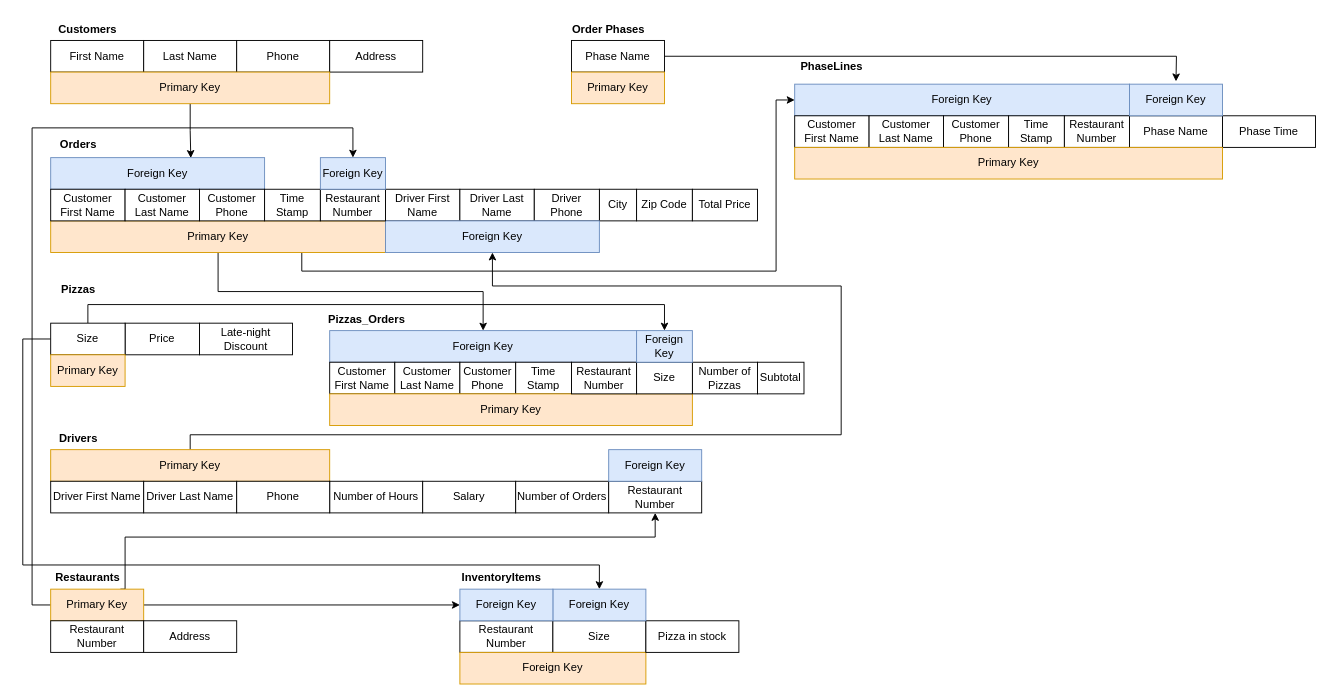
This is page "First Relation Scheme" (3 of 4) of Project01.drawio from thanhnguyen210299/CSULB-CECS-323, a draw.io file, before an edit. Source tidied: cells renumbered, new cells numbered last; positions are measured from the earlier drawing's top-left corner, leaving out a move shared by most shapes. Both pictures are drawn from the tidied source at 93%, with x=0, y=0 at pixel (22, 16).
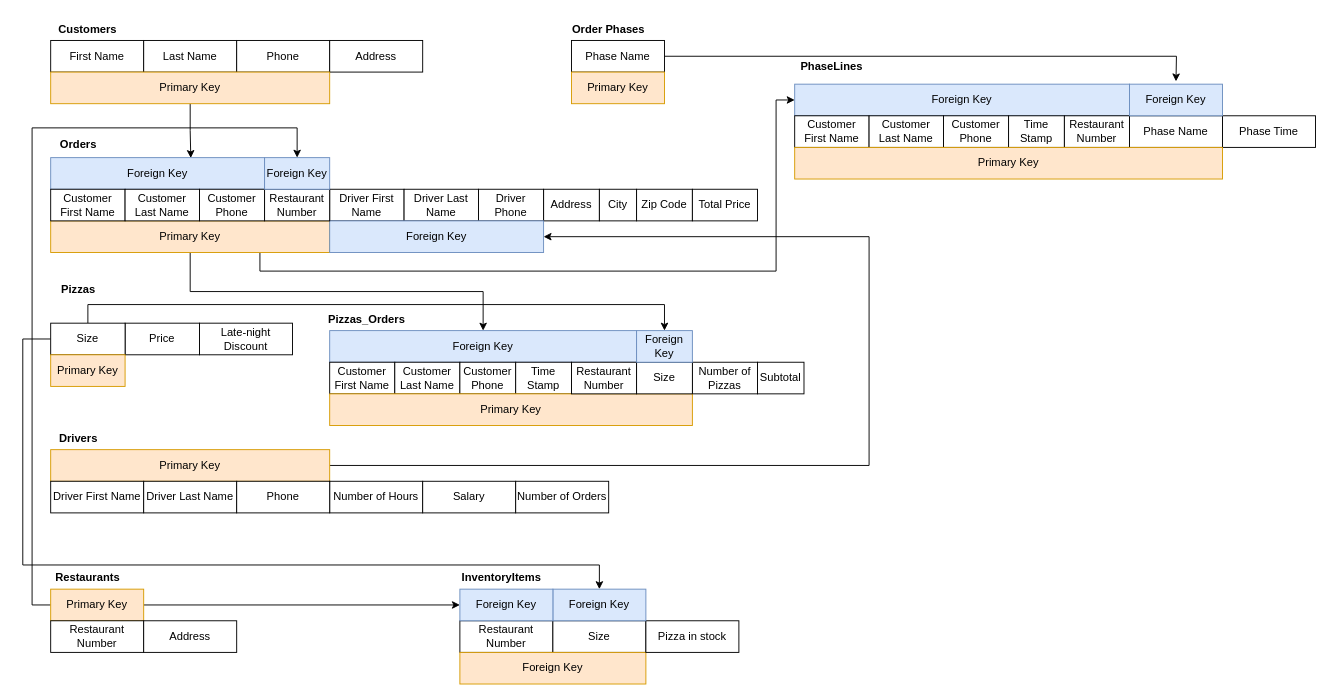
The same page after the edit.

The change refers to these unchanged cells:
```xml
<mxCell id="22" value="Primary Key" style="rounded=0;whiteSpace=wrap;html=1;fillColor=#ffe6cc;strokeColor=#d79b00;" parent="1" vertex="1">
  <mxGeometry x="30" y="466" width="300" height="34" as="geometry" />
</mxCell>
<mxCell id="37" value="Primary Key" style="rounded=0;whiteSpace=wrap;html=1;fillColor=#ffe6cc;strokeColor=#d79b00;" parent="1" vertex="1">
  <mxGeometry x="30" y="616" width="100" height="34" as="geometry" />
</mxCell>
<mxCell id="78" value="Foreign Key" style="rounded=0;whiteSpace=wrap;html=1;fillColor=#dae8fc;strokeColor=#6c8ebf;" parent="1" vertex="1">
  <mxGeometry x="830" y="73" width="360" height="34" as="geometry" />
</mxCell>
```

Change to the diagram source:
```diff
@@
     <mxCell id="8" style="edgeStyle=orthogonalEdgeStyle;rounded=0;jettySize=auto;html=1;exitX=0.75;exitY=1;exitDx=0;exitDy=0;entryX=0;entryY=0.5;entryDx=0;entryDy=0;" parent="1" edge="1" source="9" target="78">
       <mxGeometry relative="1" as="geometry">
         <Array as="points">
-          <mxPoint x="300" y="274" />
+          <mxPoint x="255" y="274" />
           <mxPoint x="810" y="274" />
           <mxPoint x="810" y="90" />
         </Array>
       </mxGeometry>
     </mxCell>
     <mxCell id="9" value="Primary Key" style="rounded=0;whiteSpace=wrap;html=1;fillColor=#ffe6cc;strokeColor=#d79b00;" parent="1" vertex="1">
-      <mxGeometry x="30" y="220" width="360" height="34" as="geometry" />
+      <mxGeometry x="30" y="220" width="300" height="34" as="geometry" />
     </mxCell>
@@
-    <mxCell id="17" value="Time Stamp" style="rounded=0;whiteSpace=wrap;html=1;" parent="1" vertex="1">
-      <mxGeometry x="260" y="186" width="60" height="34" as="geometry" />
+    <mxCell id="17" value="Address" style="rounded=0;whiteSpace=wrap;html=1;" parent="1" vertex="1">
+      <mxGeometry x="560" y="186" width="60" height="34" as="geometry" />
     </mxCell>
@@
-    <mxCell id="21" style="edgeStyle=orthogonalEdgeStyle;rounded=0;jettySize=auto;html=1;exitX=0.5;exitY=0;exitDx=0;exitDy=0;entryX=0.5;entryY=1;entryDx=0;entryDy=0;" parent="1" edge="1" source="22" target="32">
+    <mxCell id="21" style="edgeStyle=orthogonalEdgeStyle;rounded=0;jettySize=auto;html=1;exitX=1;exitY=0.5;exitDx=0;exitDy=0;entryX=1;entryY=0.5;entryDx=0;entryDy=0;" parent="1" edge="1" source="22" target="32">
       <mxGeometry relative="1" as="geometry">
         <Array as="points">
-          <mxPoint x="180" y="450" />
-          <mxPoint x="880" y="450" />
-          <mxPoint x="880" y="290" />
-          <mxPoint x="505" y="290" />
+          <mxPoint x="910" y="483" />
+          <mxPoint x="910" y="237" />
         </Array>
       </mxGeometry>
     </mxCell>
@@
     <mxCell id="29" value="Driver First Name" style="rounded=0;whiteSpace=wrap;html=1;" parent="1" vertex="1">
-      <mxGeometry x="390" y="186" width="80" height="34" as="geometry" />
+      <mxGeometry x="330" y="186" width="80" height="34" as="geometry" />
     </mxCell>
     <mxCell id="30" value="Driver Last Name" style="rounded=0;whiteSpace=wrap;html=1;" parent="1" vertex="1">
-      <mxGeometry x="470" y="186" width="80" height="34" as="geometry" />
+      <mxGeometry x="410" y="186" width="80" height="34" as="geometry" />
     </mxCell>
     <mxCell id="31" value="Driver Phone" style="rounded=0;whiteSpace=wrap;html=1;" parent="1" vertex="1">
-      <mxGeometry x="550" y="186" width="70" height="34" as="geometry" />
+      <mxGeometry x="490" y="186" width="70" height="34" as="geometry" />
     </mxCell>
     <mxCell id="32" value="Foreign Key" style="rounded=0;whiteSpace=wrap;html=1;fillColor=#dae8fc;strokeColor=#6c8ebf;" parent="1" vertex="1">
-      <mxGeometry x="390" y="220" width="230" height="34" as="geometry" />
+      <mxGeometry x="330" y="220" width="230" height="34" as="geometry" />
     </mxCell>
     <mxCell id="33" value="Restaurant Number" style="rounded=0;whiteSpace=wrap;html=1;" parent="1" vertex="1">
-      <mxGeometry x="320" y="186" width="70" height="34" as="geometry" />
+      <mxGeometry x="260" y="186" width="70" height="34" as="geometry" />
     </mxCell>
     <mxCell id="34" style="edgeStyle=orthogonalEdgeStyle;rounded=0;jettySize=auto;html=1;exitX=0;exitY=0.5;exitDx=0;exitDy=0;entryX=0.5;entryY=0;entryDx=0;entryDy=0;" parent="1" edge="1" source="37" target="41">
       <mxGeometry relative="1" as="geometry">
         <Array as="points">
           <mxPoint x="10" y="633" />
           <mxPoint x="10" y="120" />
-          <mxPoint x="355" y="120" />
+          <mxPoint x="295" y="120" />
         </Array>
       </mxGeometry>
     </mxCell>
@@
-    <mxCell id="36" style="edgeStyle=orthogonalEdgeStyle;rounded=0;jettySize=auto;html=1;exitX=0.75;exitY=0;exitDx=0;exitDy=0;entryX=0.5;entryY=1;entryDx=0;entryDy=0;" parent="1" edge="1" source="37" target="67">
-      <mxGeometry relative="1" as="geometry">
-        <Array as="points">
-          <mxPoint x="110" y="616" />
-          <mxPoint x="110" y="560" />
-          <mxPoint x="680" y="560" />
-        </Array>
-      </mxGeometry>
-    </mxCell>
@@
     <mxCell id="41" value="Foreign Key" style="rounded=0;whiteSpace=wrap;html=1;fillColor=#dae8fc;strokeColor=#6c8ebf;" parent="1" vertex="1">
-      <mxGeometry x="320" y="152" width="70" height="34" as="geometry" />
+      <mxGeometry x="260" y="152" width="70" height="34" as="geometry" />
     </mxCell>
@@
-    <mxCell id="67" value="Restaurant Number" style="rounded=0;whiteSpace=wrap;html=1;" parent="1" vertex="1">
-      <mxGeometry x="630" y="500" width="100" height="34" as="geometry" />
-    </mxCell>
-    <mxCell id="68" value="Foreign Key" style="rounded=0;whiteSpace=wrap;html=1;fillColor=#dae8fc;strokeColor=#6c8ebf;" parent="1" vertex="1">
-      <mxGeometry x="630" y="466" width="100" height="34" as="geometry" />
-    </mxCell>
```
